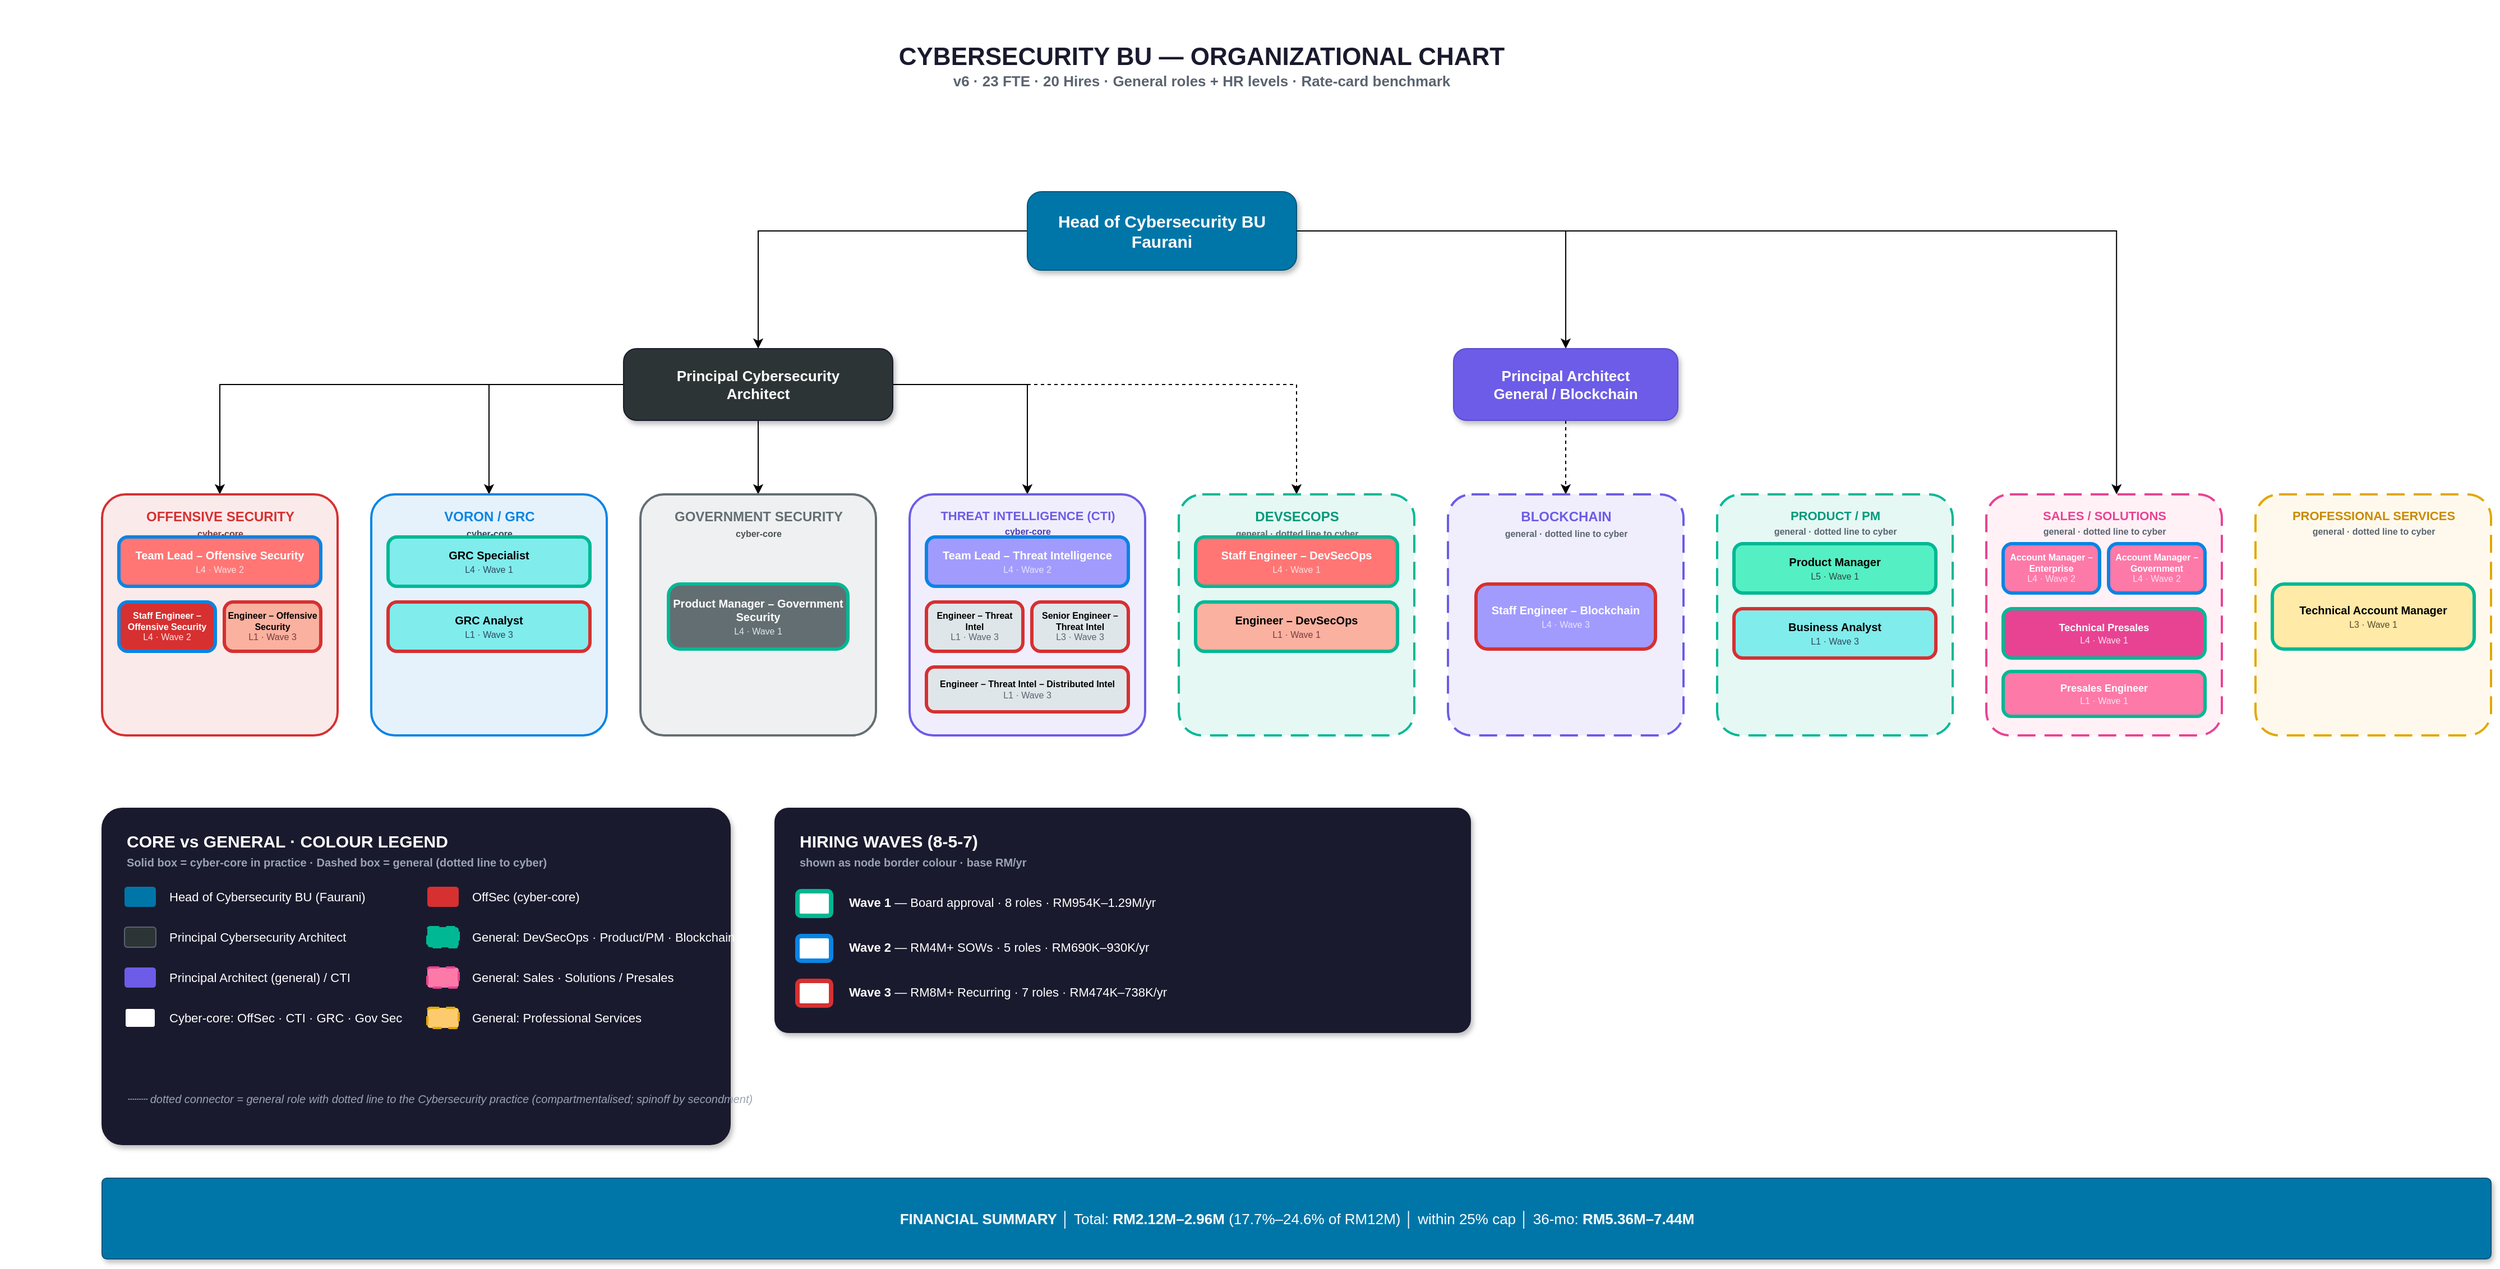
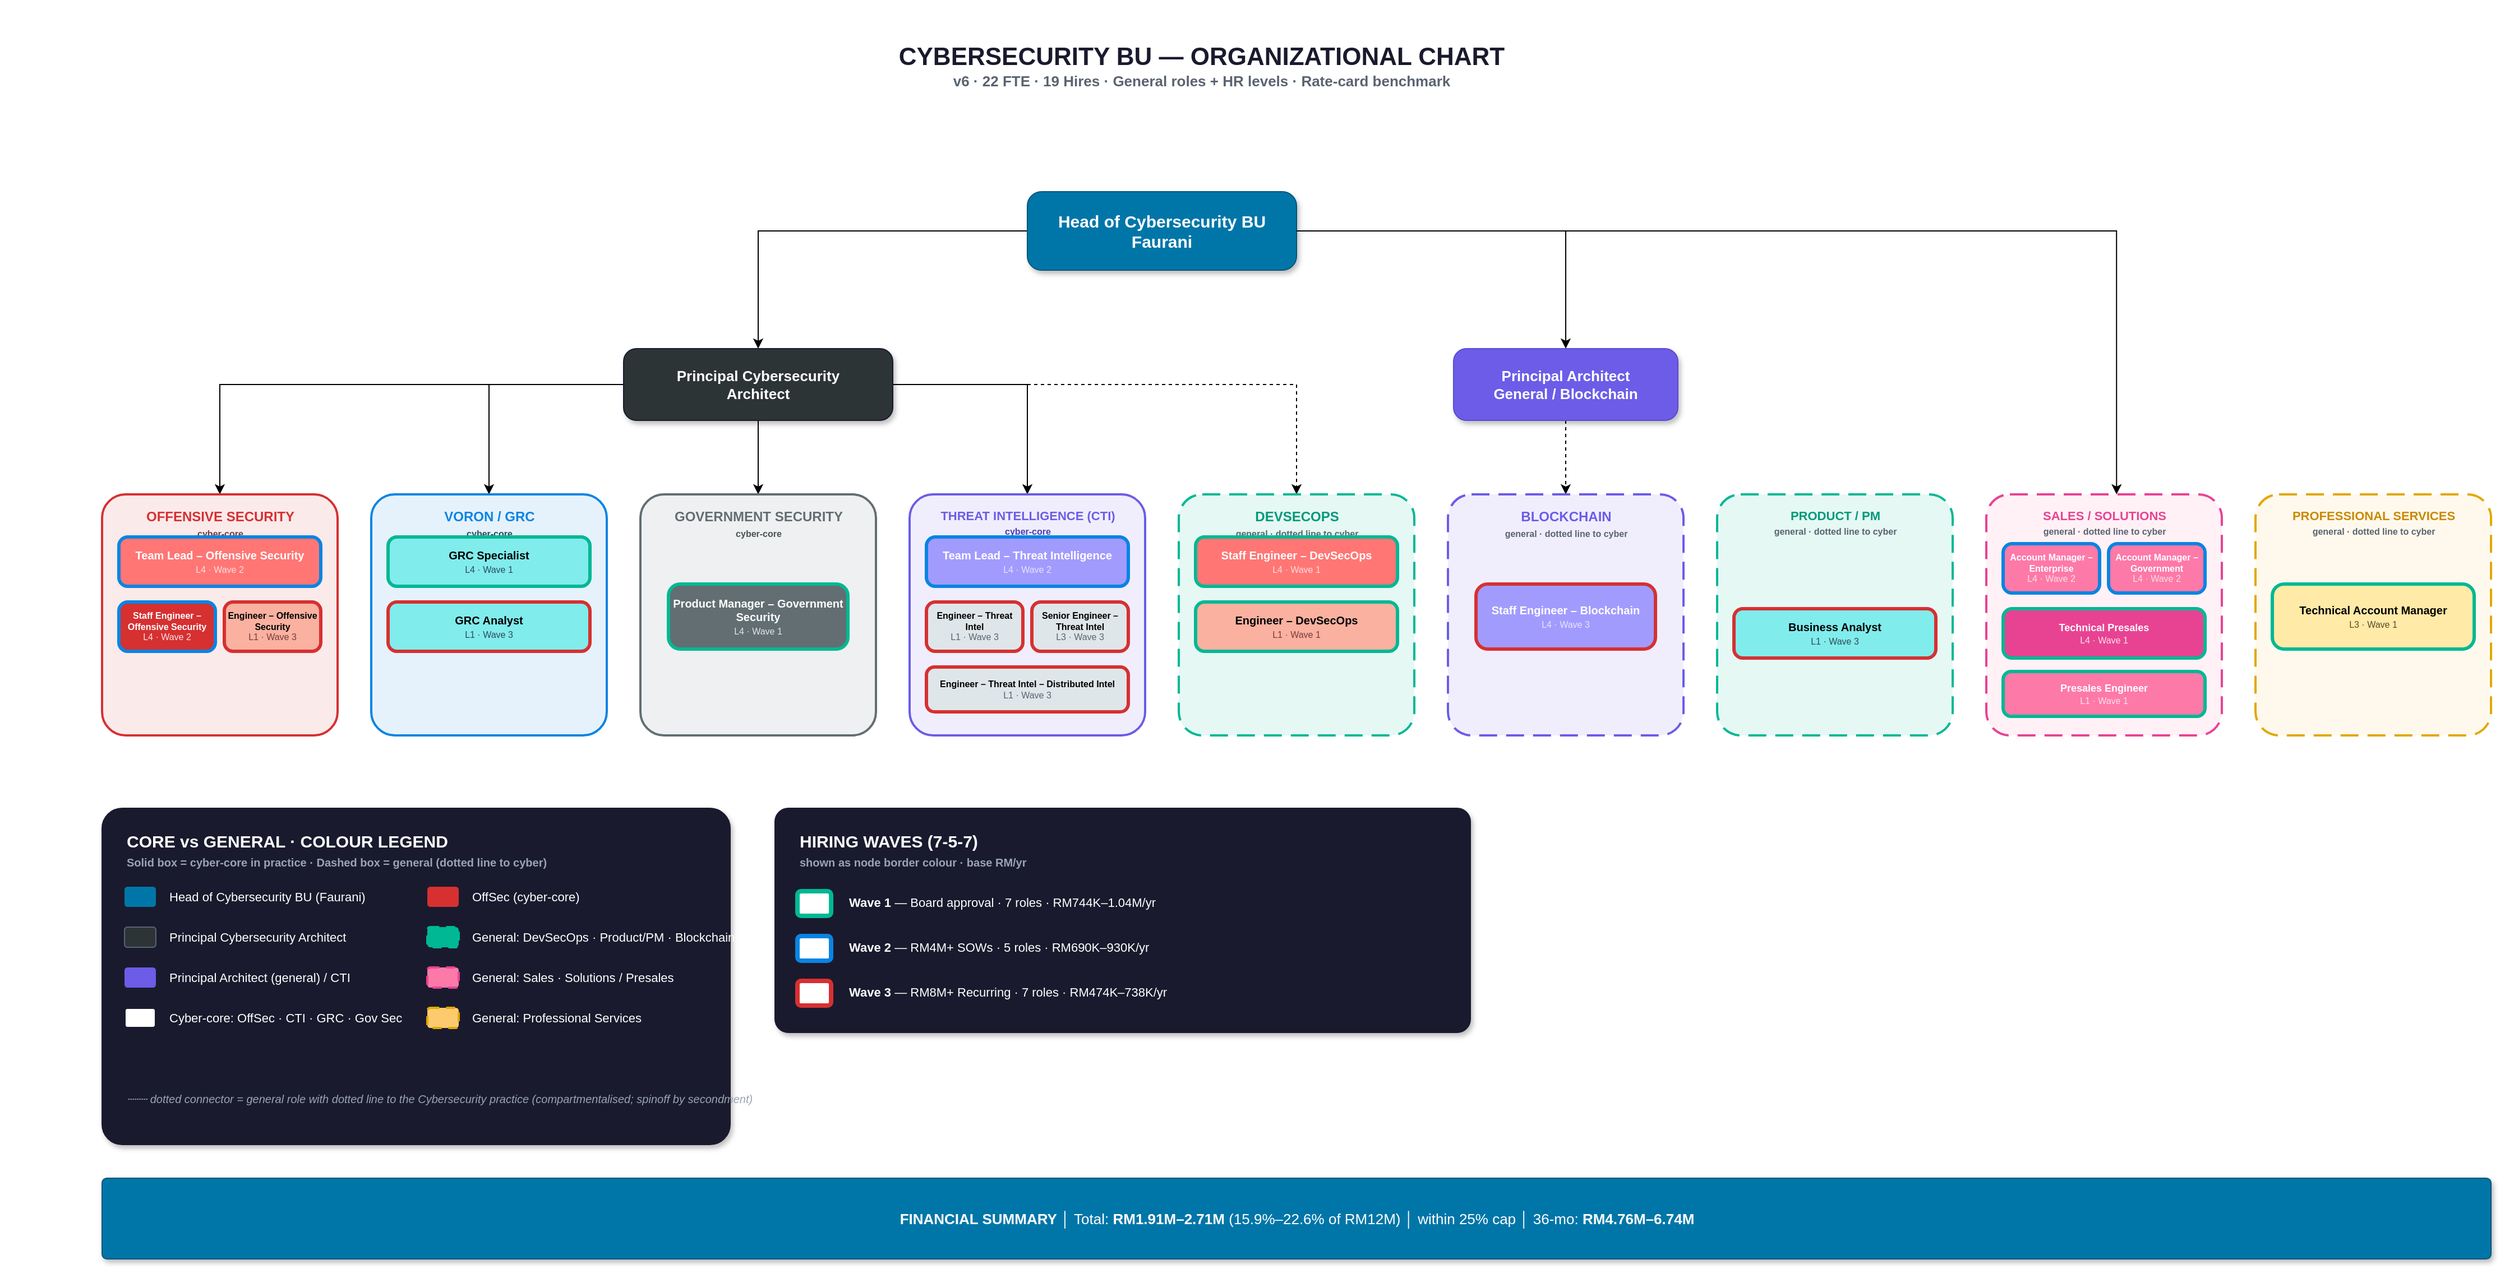
<mxfile host="app.diagrams.net" agent="5.0">
  <diagram id="CySec-BU-OrgChart" name="CySec BU Structure">
    <mxGraphModel dx="99905" dy="56303" grid="1" gridSize="10" guides="1" tooltips="1" connect="1" arrows="1" fold="1" page="1" pageScale="1" pageWidth="2350" pageHeight="1180" math="0" shadow="0">
      <root>
        <mxCell id="0" />
        <mxCell id="1" parent="0" />
-         <mxCell id="title" parent="1" style="text;html=1;align=center;verticalAlign=middle;resizable=0;points=[];strokeColor=none;fillColor=none;fontSize=14;fontStyle=1;fontColor=#1a1a2e;" value="&lt;b style=&quot;font-size:22px;&quot;&gt;CYBERSECURITY BU — ORGANIZATIONAL CHART&lt;/b&gt;&lt;br&gt;&lt;font style=&quot;font-size:13px;color:#5a6470;&quot;&gt;v6  ·  23 FTE  ·  20 Hires  ·  General roles + HR levels  ·  Rate-card benchmark&lt;/font&gt;" vertex="1">
+         <mxCell id="title" parent="1" style="text;html=1;align=center;verticalAlign=middle;resizable=0;points=[];strokeColor=none;fillColor=none;fontSize=14;fontStyle=1;fontColor=#1a1a2e;" value="&lt;b style=&quot;font-size:22px;&quot;&gt;CYBERSECURITY BU — ORGANIZATIONAL CHART&lt;/b&gt;&lt;br&gt;&lt;font style=&quot;font-size:13px;color:#5a6470;&quot;&gt;v6  ·  22 FTE  ·  19 Hires  ·  General roles + HR levels  ·  Rate-card benchmark&lt;/font&gt;" vertex="1">
          <mxGeometry height="56" width="720" x="700" y="20" as="geometry" />
        </mxCell>
        <mxCell id="Z_cIRzkNHb6JCueCwrIl-6" edge="1" parent="1" source="bu_head" style="edgeStyle=orthogonalEdgeStyle;rounded=0;orthogonalLoop=1;jettySize=auto;html=1;" target="prin_cyber">
          <mxGeometry relative="1" as="geometry" />
        </mxCell>
        <mxCell id="Z_cIRzkNHb6JCueCwrIl-7" edge="1" parent="1" source="bu_head" style="edgeStyle=orthogonalEdgeStyle;rounded=0;orthogonalLoop=1;jettySize=auto;html=1;entryX=0.5;entryY=0;entryDx=0;entryDy=0;" target="prin_blockchain">
          <mxGeometry relative="1" as="geometry" />
        </mxCell>
        <mxCell id="bu_head" parent="1" style="rounded=1;whiteSpace=wrap;html=1;fillColor=#0076a8;fontColor=#ffffff;strokeColor=#00557a;fontSize=15;fontStyle=1;arcSize=18;shadow=1;" value="&lt;b&gt;Head of Cybersecurity BU&lt;/b&gt;&lt;br&gt;Faurani" vertex="1">
          <mxGeometry height="70" width="240" x="905" y="160" as="geometry" />
        </mxCell>
        <mxCell id="Z_cIRzkNHb6JCueCwrIl-3" edge="1" parent="1" source="prin_cyber" style="edgeStyle=orthogonalEdgeStyle;rounded=0;orthogonalLoop=1;jettySize=auto;html=1;exitX=0.5;exitY=1;exitDx=0;exitDy=0;entryX=0.5;entryY=0;entryDx=0;entryDy=0;" target="govsec_box">
          <mxGeometry relative="1" as="geometry" />
        </mxCell>
        <mxCell id="Z_cIRzkNHb6JCueCwrIl-4" edge="1" parent="1" source="prin_cyber" style="edgeStyle=orthogonalEdgeStyle;rounded=0;orthogonalLoop=1;jettySize=auto;html=1;entryX=0.5;entryY=0;entryDx=0;entryDy=0;dashed=1;" target="devsecops_box">
          <mxGeometry relative="1" as="geometry" />
        </mxCell>
        <mxCell id="Z_cIRzkNHb6JCueCwrIl-8" edge="1" parent="1" source="prin_cyber" style="edgeStyle=orthogonalEdgeStyle;rounded=0;orthogonalLoop=1;jettySize=auto;html=1;entryX=0.5;entryY=0;entryDx=0;entryDy=0;" target="cti_box">
          <mxGeometry relative="1" as="geometry" />
        </mxCell>
        <mxCell id="Z_cIRzkNHb6JCueCwrIl-9" edge="1" parent="1" source="prin_cyber" style="edgeStyle=orthogonalEdgeStyle;rounded=0;orthogonalLoop=1;jettySize=auto;html=1;entryX=0.5;entryY=0;entryDx=0;entryDy=0;" target="offsec_box">
          <mxGeometry relative="1" as="geometry" />
        </mxCell>
        <mxCell id="Z_cIRzkNHb6JCueCwrIl-10" edge="1" parent="1" source="prin_cyber" style="edgeStyle=orthogonalEdgeStyle;rounded=0;orthogonalLoop=1;jettySize=auto;html=1;entryX=0.5;entryY=0;entryDx=0;entryDy=0;" target="voron_box">
          <mxGeometry relative="1" as="geometry" />
        </mxCell>
        <mxCell id="prin_cyber" parent="1" style="rounded=1;whiteSpace=wrap;html=1;fillColor=#2d3436;fontColor=#ffffff;strokeColor=#1a1a2e;fontSize=13;fontStyle=1;arcSize=18;shadow=1;" value="&lt;b&gt;Principal Cybersecurity&lt;/b&gt;&lt;br&gt;Architect" vertex="1">
          <mxGeometry height="64" width="240" x="545" y="300" as="geometry" />
        </mxCell>
        <mxCell id="Z_cIRzkNHb6JCueCwrIl-11" edge="1" parent="1" source="prin_blockchain" style="edgeStyle=orthogonalEdgeStyle;rounded=0;orthogonalLoop=1;jettySize=auto;html=1;entryX=0.5;entryY=0;entryDx=0;entryDy=0;dashed=1;" target="blockchain_box">
          <mxGeometry relative="1" as="geometry" />
        </mxCell>
        <mxCell id="prin_blockchain" parent="1" style="rounded=1;whiteSpace=wrap;html=1;fillColor=#6c5ce7;fontColor=#ffffff;strokeColor=#5a4bd1;fontSize=13;fontStyle=1;arcSize=18;shadow=1;" value="&lt;b&gt;Principal Architect&lt;/b&gt;&lt;br&gt;General / Blockchain" vertex="1">
          <mxGeometry height="64" width="200" x="1285" y="300" as="geometry" />
        </mxCell>
        <mxCell id="line_bu_prin1" edge="1" parent="1" source="bu_head" style="edgeStyle=orthogonalEdgeStyle;rounded=1;html=1;exitX=0.5;exitY=1;entryX=0.5;entryY=0;strokeColor=#0076a8;strokeWidth=2.5;endArrow=block;endFill=1;endSize=8;" target="prin_cyber" />
        <mxCell id="line_bu_prin2" edge="1" parent="1" source="bu_head" style="edgeStyle=orthogonalEdgeStyle;rounded=1;html=1;exitX=0.5;exitY=1;entryX=0.5;entryY=0;strokeColor=#0076a8;strokeWidth=2.5;endArrow=block;endFill=1;endSize=8;" target="prin_blockchain" />
        <mxCell id="offsec_box" parent="1" style="rounded=1;whiteSpace=wrap;html=1;fillColor=#d63031;fillOpacity=10;strokeColor=#d63031;strokeWidth=2;arcSize=10;" value="" vertex="1">
          <mxGeometry height="215" width="210" x="80" y="430" as="geometry" />
        </mxCell>
        <mxCell id="offsec_label" parent="1" style="text;html=1;align=center;verticalAlign=top;resizable=0;points=[];strokeColor=none;fillColor=none;fontSize=12;fontStyle=1;fontColor=#d63031;" value="&lt;b&gt;OFFENSIVE SECURITY&lt;/b&gt;&lt;br&gt;&lt;font style=&quot;font-size:8px;color:#7a3b3b;&quot;&gt;cyber-core&lt;/font&gt;" vertex="1">
          <mxGeometry height="28" width="190" x="90" y="436" as="geometry" />
        </mxCell>
        <mxCell id="lead_researcher" parent="1" style="rounded=1;whiteSpace=wrap;html=1;fillColor=#ff7675;fontColor=#ffffff;strokeColor=#0984e3;strokeWidth=3;fontSize=10;arcSize=18;" value="&lt;b&gt;Team Lead – Offensive Security&lt;/b&gt;&lt;br&gt;&lt;font style=&quot;font-size:8px;color:#fde0e0;&quot;&gt;L4 · Wave 2&lt;/font&gt;" vertex="1">
          <mxGeometry height="44" width="180" x="95" y="468" as="geometry" />
        </mxCell>
        <mxCell id="red_team" parent="1" style="rounded=1;whiteSpace=wrap;html=1;fillColor=#d63031;fontColor=#ffffff;strokeColor=#0984e3;strokeWidth=3;fontSize=8;arcSize=18;" value="&lt;b&gt;Staff Engineer – Offensive Security&lt;/b&gt;&lt;br&gt;&lt;font style=&quot;font-size:8px;color:#fde0e0;&quot;&gt;L4 · Wave 2&lt;/font&gt;" vertex="1">
          <mxGeometry height="44" width="86" x="95" y="526" as="geometry" />
        </mxCell>
        <mxCell id="jr_researcher" parent="1" style="rounded=1;whiteSpace=wrap;html=1;fillColor=#fab1a0;fontColor=#000000;strokeColor=#d63031;strokeWidth=3;fontSize=8;arcSize=18;" value="&lt;b&gt;Engineer – Offensive Security&lt;/b&gt;&lt;br&gt;&lt;font style=&quot;font-size:8px;color:#7a3b3b;&quot;&gt;L1 · Wave 3&lt;/font&gt;" vertex="1">
          <mxGeometry height="44" width="86" x="189" y="526" as="geometry" />
        </mxCell>
        <mxCell id="line_lr_rt" edge="1" parent="1" source="lead_researcher" style="edgeStyle=orthogonalEdgeStyle;rounded=1;html=1;exitX=0.5;exitY=1;entryX=0.5;entryY=0;strokeColor=#d63031;strokeWidth=1.5;endArrow=none;" target="red_team" />
        <mxCell id="line_lr_jr" edge="1" parent="1" source="lead_researcher" style="edgeStyle=orthogonalEdgeStyle;rounded=1;html=1;exitX=0.5;exitY=1;entryX=0.5;entryY=0;strokeColor=#d63031;strokeWidth=1.5;endArrow=none;" target="jr_researcher" />
        <mxCell id="voron_box" parent="1" style="rounded=1;whiteSpace=wrap;html=1;fillColor=#0984e3;fillOpacity=10;strokeColor=#0984e3;strokeWidth=2;arcSize=10;" value="" vertex="1">
          <mxGeometry height="215" width="210" x="320" y="430" as="geometry" />
        </mxCell>
        <mxCell id="voron_label" parent="1" style="text;html=1;align=center;verticalAlign=top;resizable=0;points=[];strokeColor=none;fillColor=none;fontSize=12;fontStyle=1;fontColor=#0984e3;" value="&lt;b&gt;VORON / GRC&lt;/b&gt;&lt;br&gt;&lt;font style=&quot;font-size:8px;color:#2c4a5a;&quot;&gt;cyber-core&lt;/font&gt;" vertex="1">
          <mxGeometry height="28" width="190" x="330" y="436" as="geometry" />
        </mxCell>
        <mxCell id="sr_consult" parent="1" style="rounded=1;whiteSpace=wrap;html=1;fillColor=#81ecec;fontColor=#000000;strokeColor=#00b894;strokeWidth=3;fontSize=10;arcSize=18;" value="&lt;b&gt;GRC Specialist&lt;/b&gt;&lt;br&gt;&lt;font style=&quot;font-size:8px;color:#2c4a5a;&quot;&gt;L4 · Wave 1&lt;/font&gt;" vertex="1">
          <mxGeometry height="44" width="180" x="335" y="468" as="geometry" />
        </mxCell>
        <mxCell id="jr_consult" parent="1" style="rounded=1;whiteSpace=wrap;html=1;fillColor=#81ecec;fontColor=#000000;strokeColor=#d63031;strokeWidth=3;fontSize=10;arcSize=18;" value="&lt;b&gt;GRC Analyst&lt;/b&gt;&lt;br&gt;&lt;font style=&quot;font-size:8px;color:#2c4a5a;&quot;&gt;L1 · Wave 3&lt;/font&gt;" vertex="1">
          <mxGeometry height="44" width="180" x="335" y="526" as="geometry" />
        </mxCell>
        <mxCell id="line_src_jrc" edge="1" parent="1" source="sr_consult" style="edgeStyle=orthogonalEdgeStyle;rounded=1;html=1;exitX=0.5;exitY=1;entryX=0.5;entryY=0;strokeColor=#0984e3;strokeWidth=1.5;endArrow=none;" target="jr_consult" />
        <mxCell id="govsec_box" parent="1" style="rounded=1;whiteSpace=wrap;html=1;fillColor=#636e72;fillOpacity=10;strokeColor=#636e72;strokeWidth=2;arcSize=10;" value="" vertex="1">
          <mxGeometry height="215" width="210" x="560" y="430" as="geometry" />
        </mxCell>
        <mxCell id="govsec_label" parent="1" style="text;html=1;align=center;verticalAlign=top;resizable=0;points=[];strokeColor=none;fillColor=none;fontSize=12;fontStyle=1;fontColor=#636e72;" value="&lt;b&gt;GOVERNMENT SECURITY&lt;/b&gt;&lt;br&gt;&lt;font style=&quot;font-size:8px;color:#4a5256;&quot;&gt;cyber-core&lt;/font&gt;" vertex="1">
          <mxGeometry height="28" width="190" x="570" y="436" as="geometry" />
        </mxCell>
        <mxCell id="govsec_pm" parent="1" style="rounded=1;whiteSpace=wrap;html=1;fillColor=#636e72;fontColor=#ffffff;strokeColor=#00b894;strokeWidth=3;fontSize=10;arcSize=18;" value="&lt;b&gt;Product Manager – Government Security&lt;/b&gt;&lt;br&gt;&lt;font style=&quot;font-size:8px;color:#dfe6e9;&quot;&gt;L4 · Wave 1&lt;/font&gt;" vertex="1">
          <mxGeometry height="58" width="160" x="585" y="510" as="geometry" />
        </mxCell>
        <mxCell id="cti_box" parent="1" style="rounded=1;whiteSpace=wrap;html=1;fillColor=#6c5ce7;fillOpacity=10;strokeColor=#6c5ce7;strokeWidth=2;arcSize=10;" value="" vertex="1">
          <mxGeometry height="215" width="210" x="800" y="430" as="geometry" />
        </mxCell>
        <mxCell id="cti_label" parent="1" style="text;html=1;align=center;verticalAlign=top;resizable=0;points=[];strokeColor=none;fillColor=none;fontSize=11;fontStyle=1;fontColor=#6c5ce7;" value="&lt;b&gt;THREAT INTELLIGENCE (CTI)&lt;/b&gt;&lt;br&gt;&lt;font style=&quot;font-size:8px;color:#4a3fb0;&quot;&gt;cyber-core&lt;/font&gt;" vertex="1">
          <mxGeometry height="28" width="200" x="805" y="436" as="geometry" />
        </mxCell>
        <mxCell id="cti_lead" parent="1" style="rounded=1;whiteSpace=wrap;html=1;fillColor=#a29bfe;fontColor=#ffffff;strokeColor=#0984e3;strokeWidth=3;fontSize=10;arcSize=18;" value="&lt;b&gt;Team Lead – Threat Intelligence&lt;/b&gt;&lt;br&gt;&lt;font style=&quot;font-size:8px;color:#e8e4ff;&quot;&gt;L4 · Wave 2&lt;/font&gt;" vertex="1">
          <mxGeometry height="44" width="180" x="815" y="468" as="geometry" />
        </mxCell>
        <mxCell id="cti_analyst" parent="1" style="rounded=1;whiteSpace=wrap;html=1;fillColor=#dfe6e9;fontColor=#000000;strokeColor=#d63031;strokeWidth=3;fontSize=8;arcSize=18;" value="&lt;b&gt;Engineer – Threat Intel&lt;/b&gt;&lt;br&gt;&lt;font style=&quot;font-size:8px;color:#5a6470;&quot;&gt;L1 · Wave 3&lt;/font&gt;" vertex="1">
          <mxGeometry height="44" width="86" x="815" y="526" as="geometry" />
        </mxCell>
        <mxCell id="cti_research" parent="1" style="rounded=1;whiteSpace=wrap;html=1;fillColor=#dfe6e9;fontColor=#000000;strokeColor=#d63031;strokeWidth=3;fontSize=8;arcSize=18;" value="&lt;b&gt;Senior Engineer – Threat Intel&lt;/b&gt;&lt;br&gt;&lt;font style=&quot;font-size:8px;color:#5a6470;&quot;&gt;L3 · Wave 3&lt;/font&gt;" vertex="1">
          <mxGeometry height="44" width="86" x="909" y="526" as="geometry" />
        </mxCell>
        <mxCell id="cti_dist_intel" parent="1" style="rounded=1;whiteSpace=wrap;html=1;fillColor=#dfe6e9;fontColor=#000000;strokeColor=#d63031;strokeWidth=3;fontSize=8;arcSize=18;" value="&lt;b&gt;Engineer – Threat Intel – Distributed Intel&lt;/b&gt;&lt;br&gt;&lt;font style=&quot;font-size:8px;color:#5a6470;&quot;&gt;L1 · Wave 3&lt;/font&gt;" vertex="1">
          <mxGeometry height="40" width="180" x="815" y="584" as="geometry" />
        </mxCell>
        <mxCell id="line_ctil_an" edge="1" parent="1" source="cti_lead" style="edgeStyle=orthogonalEdgeStyle;rounded=1;html=1;exitX=0.5;exitY=1;entryX=0.5;entryY=0;strokeColor=#6c5ce7;strokeWidth=1.5;endArrow=none;" target="cti_analyst" />
        <mxCell id="line_ctil_re" edge="1" parent="1" source="cti_lead" style="edgeStyle=orthogonalEdgeStyle;rounded=1;html=1;exitX=0.5;exitY=1;entryX=0.5;entryY=0;strokeColor=#6c5ce7;strokeWidth=1.5;endArrow=none;" target="cti_research" />
        <mxCell id="line_ctil_di" edge="1" parent="1" source="cti_lead" style="edgeStyle=orthogonalEdgeStyle;rounded=1;html=1;exitX=0.5;exitY=1;entryX=0.25;entryY=0;strokeColor=#6c5ce7;strokeWidth=1.5;endArrow=none;" target="cti_dist_intel" />
        <mxCell id="devsecops_box" parent="1" style="rounded=1;whiteSpace=wrap;html=1;fillColor=#00b894;fillOpacity=10;strokeColor=#00b894;strokeWidth=2;arcSize=10;dashed=1;dashPattern=8 4;" value="" vertex="1">
          <mxGeometry height="215" width="210" x="1040" y="430" as="geometry" />
        </mxCell>
        <mxCell id="devsecops_label" parent="1" style="text;html=1;align=center;verticalAlign=top;resizable=0;points=[];strokeColor=none;fillColor=none;fontSize=12;fontStyle=1;fontColor=#00997a;" value="&lt;b&gt;DEVSECOPS&lt;/b&gt;&lt;br&gt;&lt;font style=&quot;font-size:8px;color:#5a6470;&quot;&gt;general · dotted line to cyber&lt;/font&gt;" vertex="1">
          <mxGeometry height="28" width="190" x="1050" y="436" as="geometry" />
        </mxCell>
        <mxCell id="devsecops_sr" parent="1" style="rounded=1;whiteSpace=wrap;html=1;fillColor=#ff7675;fontColor=#ffffff;strokeColor=#00b894;strokeWidth=3;fontSize=10;arcSize=18;" value="&lt;b&gt;Staff Engineer – DevSecOps&lt;/b&gt;&lt;br&gt;&lt;font style=&quot;font-size:8px;color:#fde0e0;&quot;&gt;L4 · Wave 1&lt;/font&gt;" vertex="1">
          <mxGeometry height="44" width="180" x="1055" y="468" as="geometry" />
        </mxCell>
        <mxCell id="devsecops_jr" parent="1" style="rounded=1;whiteSpace=wrap;html=1;fillColor=#fab1a0;fontColor=#000000;strokeColor=#00b894;strokeWidth=3;fontSize=10;arcSize=18;" value="&lt;b&gt;Engineer – DevSecOps&lt;/b&gt;&lt;br&gt;&lt;font style=&quot;font-size:8px;color:#7a3b3b;&quot;&gt;L1 · Wave 1&lt;/font&gt;" vertex="1">
          <mxGeometry height="44" width="180" x="1055" y="526" as="geometry" />
        </mxCell>
        <mxCell id="line_dso_sr_jr" edge="1" parent="1" source="devsecops_sr" style="edgeStyle=orthogonalEdgeStyle;rounded=1;html=1;exitX=0.5;exitY=1;entryX=0.5;entryY=0;strokeColor=#00b894;strokeWidth=1.5;endArrow=none;" target="devsecops_jr" />
        <mxCell id="blockchain_box" parent="1" style="rounded=1;whiteSpace=wrap;html=1;fillColor=#6c5ce7;fillOpacity=10;strokeColor=#6c5ce7;strokeWidth=2;arcSize=10;dashed=1;dashPattern=8 4;" value="" vertex="1">
          <mxGeometry height="215" width="210" x="1280" y="430" as="geometry" />
        </mxCell>
        <mxCell id="blockchain_label" parent="1" style="text;html=1;align=center;verticalAlign=top;resizable=0;points=[];strokeColor=none;fillColor=none;fontSize=12;fontStyle=1;fontColor=#6c5ce7;" value="&lt;b&gt;BLOCKCHAIN&lt;/b&gt;&lt;br&gt;&lt;font style=&quot;font-size:8px;color:#5a6470;&quot;&gt;general · dotted line to cyber&lt;/font&gt;" vertex="1">
          <mxGeometry height="28" width="190" x="1290" y="436" as="geometry" />
        </mxCell>
        <mxCell id="sr_dev" parent="1" style="rounded=1;whiteSpace=wrap;html=1;fillColor=#a29bfe;fontColor=#ffffff;strokeColor=#d63031;strokeWidth=3;fontSize=10;arcSize=18;" value="&lt;b&gt;Staff Engineer – Blockchain&lt;/b&gt;&lt;br&gt;&lt;font style=&quot;font-size:8px;color:#e8e4ff;&quot;&gt;L4 · Wave 3&lt;/font&gt;" vertex="1">
          <mxGeometry height="58" width="160" x="1305" y="510" as="geometry" />
        </mxCell>
        <mxCell id="pm_team_box" parent="1" style="rounded=1;whiteSpace=wrap;html=1;fillColor=#00b894;fillOpacity=10;strokeColor=#00b894;strokeWidth=2;arcSize=10;dashed=1;dashPattern=8 4;" value="" vertex="1">
          <mxGeometry height="215" width="210" x="1520" y="430" as="geometry" />
        </mxCell>
        <mxCell id="pm_team_label" parent="1" style="text;html=1;align=center;verticalAlign=top;resizable=0;points=[];strokeColor=none;fillColor=none;fontSize=11;fontStyle=1;fontColor=#00997a;" value="&lt;b&gt;PRODUCT / PM&lt;/b&gt;&lt;br&gt;&lt;font style=&quot;font-size:8px;color:#5a6470;&quot;&gt;general · dotted line to cyber&lt;/font&gt;" vertex="1">
          <mxGeometry height="28" width="200" x="1525" y="436" as="geometry" />
        </mxCell>
-         <mxCell id="product_manager" parent="1" style="rounded=1;whiteSpace=wrap;html=1;fillColor=#55efc4;fontColor=#000000;strokeColor=#00b894;strokeWidth=3;fontSize=10;arcSize=18;" value="&lt;b&gt;Product Manager&lt;/b&gt;&lt;br&gt;&lt;font style=&quot;font-size:8px;color:#2c4a3a;&quot;&gt;L5 · Wave 1&lt;/font&gt;" vertex="1">
-           <mxGeometry height="44" width="180" x="1535" y="474" as="geometry" />
-         </mxCell>
        <mxCell id="ba" parent="1" style="rounded=1;whiteSpace=wrap;html=1;fillColor=#81ecec;fontColor=#000000;strokeColor=#d63031;strokeWidth=3;fontSize=10;arcSize=18;" value="&lt;b&gt;Business Analyst&lt;/b&gt;&lt;br&gt;&lt;font style=&quot;font-size:8px;color:#2c4a5a;&quot;&gt;L1 · Wave 3&lt;/font&gt;" vertex="1">
          <mxGeometry height="44" width="180" x="1535" y="532" as="geometry" />
        </mxCell>
-         <mxCell id="line_pm_ba" edge="1" parent="1" source="product_manager" style="edgeStyle=orthogonalEdgeStyle;rounded=1;html=1;exitX=0.5;exitY=1;entryX=0.5;entryY=0;strokeColor=#00b894;strokeWidth=1.5;endArrow=none;" target="ba" />
        <mxCell id="sales_box" parent="1" style="rounded=1;whiteSpace=wrap;html=1;fillColor=#fd79a8;fillOpacity=10;strokeColor=#e84393;strokeWidth=2;arcSize=10;dashed=1;dashPattern=8 4;" value="" vertex="1">
          <mxGeometry height="215" width="210" x="1760" y="430" as="geometry" />
        </mxCell>
        <mxCell id="sales_label" parent="1" style="text;html=1;align=center;verticalAlign=top;resizable=0;points=[];strokeColor=none;fillColor=none;fontSize=11;fontStyle=1;fontColor=#e84393;" value="&lt;b&gt;SALES / SOLUTIONS&lt;/b&gt;&lt;br&gt;&lt;font style=&quot;font-size:8px;color:#5a6470;&quot;&gt;general · dotted line to cyber&lt;/font&gt;" vertex="1">
          <mxGeometry height="28" width="200" x="1765" y="436" as="geometry" />
        </mxCell>
        <mxCell id="sales_spec1" parent="1" style="rounded=1;whiteSpace=wrap;html=1;fillColor=#fd79a8;fontColor=#ffffff;strokeColor=#0984e3;strokeWidth=3;fontSize=8;arcSize=18;" value="&lt;b&gt;Account Manager – Enterprise&lt;/b&gt;&lt;br&gt;&lt;font style=&quot;font-size:8px;color:#fde0ec;&quot;&gt;L4 · Wave 2&lt;/font&gt;" vertex="1">
          <mxGeometry height="44" width="86" x="1775" y="474" as="geometry" />
        </mxCell>
        <mxCell id="sales_spec2" parent="1" style="rounded=1;whiteSpace=wrap;html=1;fillColor=#fd79a8;fontColor=#ffffff;strokeColor=#0984e3;strokeWidth=3;fontSize=8;arcSize=18;" value="&lt;b&gt;Account Manager – Government&lt;/b&gt;&lt;br&gt;&lt;font style=&quot;font-size:8px;color:#fde0ec;&quot;&gt;L4 · Wave 2&lt;/font&gt;" vertex="1">
          <mxGeometry height="44" width="86" x="1869" y="474" as="geometry" />
        </mxCell>
        <mxCell id="presales_consult" parent="1" style="rounded=1;whiteSpace=wrap;html=1;fillColor=#e84393;fontColor=#ffffff;strokeColor=#00b894;strokeWidth=3;fontSize=9;arcSize=18;" value="&lt;b&gt;Technical Presales&lt;/b&gt;&lt;br&gt;&lt;font style=&quot;font-size:8px;color:#fde0ec;&quot;&gt;L4 · Wave 1&lt;/font&gt;" vertex="1">
          <mxGeometry height="44" width="180" x="1775" y="532" as="geometry" />
        </mxCell>
        <mxCell id="jr_presales" parent="1" style="rounded=1;whiteSpace=wrap;html=1;fillColor=#fd79a8;fontColor=#ffffff;strokeColor=#00b894;strokeWidth=3;fontSize=9;arcSize=18;" value="&lt;b&gt;Presales Engineer&lt;/b&gt;&lt;br&gt;&lt;font style=&quot;font-size:8px;color:#fde0ec;&quot;&gt;L1 · Wave 1&lt;/font&gt;" vertex="1">
          <mxGeometry height="40" width="180" x="1775" y="588" as="geometry" />
        </mxCell>
        <mxCell id="line_pc_jrpresales" edge="1" parent="1" source="presales_consult" style="edgeStyle=orthogonalEdgeStyle;rounded=1;html=1;exitX=0.5;exitY=1;entryX=0.5;entryY=0;strokeColor=#e84393;strokeWidth=1.5;endArrow=none;" target="jr_presales" />
        <mxCell id="ps_team_box" parent="1" style="rounded=1;whiteSpace=wrap;html=1;fillColor=#fdcb6e;fillOpacity=12;strokeColor=#e1a800;strokeWidth=2;arcSize=10;dashed=1;dashPattern=8 4;" value="" vertex="1">
          <mxGeometry height="215" width="210" x="2000" y="430" as="geometry" />
        </mxCell>
        <mxCell id="ps_team_label" parent="1" style="text;html=1;align=center;verticalAlign=top;resizable=0;points=[];strokeColor=none;fillColor=none;fontSize=11;fontStyle=1;fontColor=#c98a00;" value="&lt;b&gt;PROFESSIONAL SERVICES&lt;/b&gt;&lt;br&gt;&lt;font style=&quot;font-size:8px;color:#5a6470;&quot;&gt;general · dotted line to cyber&lt;/font&gt;" vertex="1">
          <mxGeometry height="28" width="200" x="2005" y="436" as="geometry" />
        </mxCell>
        <mxCell id="sr_ps" parent="1" style="rounded=1;whiteSpace=wrap;html=1;fillColor=#ffeaa7;fontColor=#000000;strokeColor=#00b894;strokeWidth=3;fontSize=10;arcSize=18;" value="&lt;b&gt;Technical Account Manager&lt;/b&gt;&lt;br&gt;&lt;font style=&quot;font-size:8px;color:#5a4a2a;&quot;&gt;L3 · Wave 1&lt;/font&gt;" vertex="1">
          <mxGeometry height="58" width="180" x="2015" y="510" as="geometry" />
        </mxCell>
        <mxCell id="line_pc_offsec" edge="1" parent="1" source="prin_cyber" style="edgeStyle=orthogonalEdgeStyle;rounded=1;html=1;exitX=0.5;exitY=1;entryX=0.5;entryY=0;strokeColor=#2d3436;strokeWidth=2;endArrow=block;endFill=1;endSize=7;" target="offsec_box" />
        <mxCell id="line_pc_voron" edge="1" parent="1" source="prin_cyber" style="edgeStyle=orthogonalEdgeStyle;rounded=1;html=1;exitX=0.5;exitY=1;entryX=0.5;entryY=0;strokeColor=#2d3436;strokeWidth=2;endArrow=block;endFill=1;endSize=7;" target="voron_box" />
        <mxCell id="line_pc_govsec" edge="1" parent="1" source="prin_cyber" style="edgeStyle=orthogonalEdgeStyle;rounded=1;html=1;exitX=0.5;exitY=1;entryX=0.5;entryY=0;strokeColor=#2d3436;strokeWidth=2;endArrow=block;endFill=1;endSize=7;" target="govsec_box" />
        <mxCell id="line_pc_cti" edge="1" parent="1" source="prin_cyber" style="edgeStyle=orthogonalEdgeStyle;rounded=1;html=1;exitX=0.5;exitY=1;entryX=0.5;entryY=0;strokeColor=#2d3436;strokeWidth=2;endArrow=block;endFill=1;endSize=7;" target="cti_box" />
        <mxCell id="line_pc_devsecops" edge="1" parent="1" source="prin_cyber" style="edgeStyle=orthogonalEdgeStyle;rounded=1;html=1;exitX=0.5;exitY=1;entryX=0.5;entryY=0;strokeColor=#00997a;strokeWidth=2;dashed=1;dashPattern=6 4;endArrow=open;endSize=8;" target="devsecops_box" />
        <mxCell id="line_pb_bc" edge="1" parent="1" source="prin_blockchain" style="edgeStyle=orthogonalEdgeStyle;rounded=1;html=1;exitX=0.5;exitY=1;entryX=0.5;entryY=0;strokeColor=#6c5ce7;strokeWidth=2;dashed=1;dashPattern=6 4;endArrow=open;endSize=8;" target="blockchain_box" />
        <mxCell id="line_bu_pm" edge="1" parent="1" source="bu_head" style="edgeStyle=orthogonalEdgeStyle;rounded=1;html=1;exitX=1;exitY=0.35;entryX=0.5;entryY=0;strokeColor=#0076a8;strokeWidth=2;dashed=1;dashPattern=6 4;endArrow=open;endSize=8;" target="pm_team_box" />
        <mxCell id="line_bu_sales" edge="1" parent="1" source="bu_head" style="edgeStyle=orthogonalEdgeStyle;rounded=1;html=1;exitX=1;exitY=0.5;entryX=0.5;entryY=0;strokeColor=#0076a8;strokeWidth=2;dashed=1;dashPattern=6 4;endArrow=open;endSize=8;" target="sales_box" />
        <mxCell id="line_bu_ps" edge="1" parent="1" source="bu_head" style="edgeStyle=orthogonalEdgeStyle;rounded=1;html=1;exitX=1;exitY=0.65;entryX=0.5;entryY=0;strokeColor=#0076a8;strokeWidth=2;dashed=1;dashPattern=6 4;endArrow=open;endSize=8;" target="ps_team_box" />
        <mxCell id="legend_box" parent="1" style="rounded=1;whiteSpace=wrap;html=1;fillColor=#1a1a2e;strokeColor=#1a1a2e;arcSize=6;shadow=1;" value="" vertex="1">
          <mxGeometry height="300" width="560" x="80" y="710" as="geometry" />
        </mxCell>
        <mxCell id="legend_title" parent="1" style="text;html=1;align=left;verticalAlign=top;resizable=0;points=[];strokeColor=none;fillColor=none;fontSize=14;fontStyle=1;fontColor=#ffffff;" value="&lt;b style=&quot;color:#ffffff;font-size:15px;&quot;&gt;CORE vs GENERAL · COLOUR LEGEND&lt;/b&gt;&lt;br&gt;&lt;font style=&quot;color:#9aa4b2;font-size:10px;&quot;&gt;Solid box = cyber-core in practice  ·  Dashed box = general (dotted line to cyber)&lt;/font&gt;" vertex="1">
          <mxGeometry height="40" width="520" x="100" y="724" as="geometry" />
        </mxCell>
        <mxCell id="leg1" parent="1" style="rounded=1;whiteSpace=wrap;html=1;fillColor=#0076a8;strokeColor=none;" value="" vertex="1">
          <mxGeometry height="18" width="28" x="100" y="780" as="geometry" />
        </mxCell>
        <mxCell id="leg1_text" parent="1" style="text;html=1;align=left;verticalAlign=middle;resizable=0;points=[];strokeColor=none;fillColor=none;fontSize=11;fontColor=#ffffff;" value="Head of Cybersecurity BU (Faurani)" vertex="1">
          <mxGeometry height="26" width="200" x="138" y="776" as="geometry" />
        </mxCell>
        <mxCell id="leg2" parent="1" style="rounded=1;whiteSpace=wrap;html=1;fillColor=#2d3436;strokeColor=#5a6470;" value="" vertex="1">
          <mxGeometry height="18" width="28" x="100" y="816" as="geometry" />
        </mxCell>
        <mxCell id="leg2_text" parent="1" style="text;html=1;align=left;verticalAlign=middle;resizable=0;points=[];strokeColor=none;fillColor=none;fontSize=11;fontColor=#ffffff;" value="Principal Cybersecurity Architect" vertex="1">
          <mxGeometry height="26" width="220" x="138" y="812" as="geometry" />
        </mxCell>
        <mxCell id="leg3" parent="1" style="rounded=1;whiteSpace=wrap;html=1;fillColor=#6c5ce7;strokeColor=none;" value="" vertex="1">
          <mxGeometry height="18" width="28" x="100" y="852" as="geometry" />
        </mxCell>
        <mxCell id="leg3_text" parent="1" style="text;html=1;align=left;verticalAlign=middle;resizable=0;points=[];strokeColor=none;fillColor=none;fontSize=11;fontColor=#ffffff;" value="Principal Architect (general) / CTI" vertex="1">
          <mxGeometry height="26" width="220" x="138" y="848" as="geometry" />
        </mxCell>
        <mxCell id="leg4" parent="1" style="rounded=1;whiteSpace=wrap;html=1;fillColor=#ffffff;strokeColor=#1a1a2e;strokeWidth=2;" value="" vertex="1">
          <mxGeometry height="18" width="28" x="100" y="888" as="geometry" />
        </mxCell>
        <mxCell id="leg4_text" parent="1" style="text;html=1;align=left;verticalAlign=middle;resizable=0;points=[];strokeColor=none;fillColor=none;fontSize=11;fontColor=#ffffff;" value="Cyber-core: OffSec · CTI · GRC · Gov Sec" vertex="1">
          <mxGeometry height="26" width="240" x="138" y="884" as="geometry" />
        </mxCell>
        <mxCell id="leg5" parent="1" style="rounded=1;whiteSpace=wrap;html=1;fillColor=#d63031;strokeColor=none;" value="" vertex="1">
          <mxGeometry height="18" width="28" x="370" y="780" as="geometry" />
        </mxCell>
        <mxCell id="leg5_text" parent="1" style="text;html=1;align=left;verticalAlign=middle;resizable=0;points=[];strokeColor=none;fillColor=none;fontSize=11;fontColor=#ffffff;" value="OffSec (cyber-core)" vertex="1">
          <mxGeometry height="26" width="220" x="408" y="776" as="geometry" />
        </mxCell>
        <mxCell id="leg6" parent="1" style="rounded=1;whiteSpace=wrap;html=1;fillColor=#00b894;strokeColor=#00b894;strokeWidth=2;dashed=1;dashPattern=4 3;" value="" vertex="1">
          <mxGeometry height="18" width="28" x="370" y="816" as="geometry" />
        </mxCell>
        <mxCell id="leg6_text" parent="1" style="text;html=1;align=left;verticalAlign=middle;resizable=0;points=[];strokeColor=none;fillColor=none;fontSize=11;fontColor=#ffffff;" value="General: DevSecOps · Product/PM · Blockchain" vertex="1">
          <mxGeometry height="26" width="250" x="408" y="812" as="geometry" />
        </mxCell>
        <mxCell id="leg7" parent="1" style="rounded=1;whiteSpace=wrap;html=1;fillColor=#fd79a8;strokeColor=#e84393;strokeWidth=2;dashed=1;dashPattern=4 3;" value="" vertex="1">
          <mxGeometry height="18" width="28" x="370" y="852" as="geometry" />
        </mxCell>
        <mxCell id="leg7_text" parent="1" style="text;html=1;align=left;verticalAlign=middle;resizable=0;points=[];strokeColor=none;fillColor=none;fontSize=11;fontColor=#ffffff;" value="General: Sales · Solutions / Presales" vertex="1">
          <mxGeometry height="26" width="240" x="408" y="848" as="geometry" />
        </mxCell>
        <mxCell id="leg8" parent="1" style="rounded=1;whiteSpace=wrap;html=1;fillColor=#fdcb6e;strokeColor=#e1a800;strokeWidth=2;dashed=1;dashPattern=4 3;" value="" vertex="1">
          <mxGeometry height="18" width="28" x="370" y="888" as="geometry" />
        </mxCell>
        <mxCell id="leg8_text" parent="1" style="text;html=1;align=left;verticalAlign=middle;resizable=0;points=[];strokeColor=none;fillColor=none;fontSize=11;fontColor=#ffffff;" value="General: Professional Services" vertex="1">
          <mxGeometry height="26" width="240" x="408" y="884" as="geometry" />
        </mxCell>
        <mxCell id="matrix_note" parent="1" style="text;html=1;align=left;verticalAlign=middle;resizable=0;points=[];strokeColor=none;fillColor=none;fontSize=10;fontStyle=2;" value="&lt;font color=&quot;#9aa4b2&quot;&gt;┄┄┄  dotted connector = general role with dotted line to the Cybersecurity practice (compartmentalised; spinoff by secondment)&lt;/font&gt;" vertex="1">
          <mxGeometry height="22" width="520" x="100" y="958" as="geometry" />
        </mxCell>
        <mxCell id="wave_box" parent="1" style="rounded=1;whiteSpace=wrap;html=1;fillColor=#1a1a2e;strokeColor=#1a1a2e;arcSize=6;shadow=1;" value="" vertex="1">
          <mxGeometry height="200" width="620" x="680" y="710" as="geometry" />
        </mxCell>
-         <mxCell id="wave_title" parent="1" style="text;html=1;align=left;verticalAlign=top;resizable=0;points=[];strokeColor=none;fillColor=none;fontSize=14;fontStyle=1;fontColor=#ffffff;" value="&lt;b style=&quot;color:#ffffff;font-size:15px;&quot;&gt;HIRING WAVES (8-5-7)&lt;/b&gt;&lt;br&gt;&lt;font style=&quot;color:#9aa4b2;font-size:10px;&quot;&gt;shown as node border colour · base RM/yr&lt;/font&gt;" vertex="1">
+         <mxCell id="wave_title" parent="1" style="text;html=1;align=left;verticalAlign=top;resizable=0;points=[];strokeColor=none;fillColor=none;fontSize=14;fontStyle=1;fontColor=#ffffff;" value="&lt;b style=&quot;color:#ffffff;font-size:15px;&quot;&gt;HIRING WAVES (7-5-7)&lt;/b&gt;&lt;br&gt;&lt;font style=&quot;color:#9aa4b2;font-size:10px;&quot;&gt;shown as node border colour · base RM/yr&lt;/font&gt;" vertex="1">
          <mxGeometry height="40" width="580" x="700" y="724" as="geometry" />
        </mxCell>
        <mxCell id="wave_leg1" parent="1" style="rounded=1;whiteSpace=wrap;html=1;fillColor=#ffffff;strokeColor=#00b894;strokeWidth=4;" value="" vertex="1">
          <mxGeometry height="22" width="30" x="700" y="784" as="geometry" />
        </mxCell>
-         <mxCell id="wave_leg1_text" parent="1" style="text;html=1;align=left;verticalAlign=middle;resizable=0;points=[];strokeColor=none;fillColor=none;fontSize=11;fontColor=#ffffff;" value="&lt;b&gt;Wave 1&lt;/b&gt; — Board approval · 8 roles · RM954K–1.29M/yr" vertex="1">
+         <mxCell id="wave_leg1_text" parent="1" style="text;html=1;align=left;verticalAlign=middle;resizable=0;points=[];strokeColor=none;fillColor=none;fontSize=11;fontColor=#ffffff;" value="&lt;b&gt;Wave 1&lt;/b&gt; — Board approval · 7 roles · RM744K–1.04M/yr" vertex="1">
          <mxGeometry height="28" width="540" x="744" y="780" as="geometry" />
        </mxCell>
        <mxCell id="wave_leg2" parent="1" style="rounded=1;whiteSpace=wrap;html=1;fillColor=#ffffff;strokeColor=#0984e3;strokeWidth=4;" value="" vertex="1">
          <mxGeometry height="22" width="30" x="700" y="824" as="geometry" />
        </mxCell>
        <mxCell id="wave_leg2_text" parent="1" style="text;html=1;align=left;verticalAlign=middle;resizable=0;points=[];strokeColor=none;fillColor=none;fontSize=11;fontColor=#ffffff;" value="&lt;b&gt;Wave 2&lt;/b&gt; — RM4M+ SOWs · 5 roles · RM690K–930K/yr" vertex="1">
          <mxGeometry height="28" width="540" x="744" y="820" as="geometry" />
        </mxCell>
        <mxCell id="wave_leg3" parent="1" style="rounded=1;whiteSpace=wrap;html=1;fillColor=#ffffff;strokeColor=#d63031;strokeWidth=4;" value="" vertex="1">
          <mxGeometry height="22" width="30" x="700" y="864" as="geometry" />
        </mxCell>
        <mxCell id="wave_leg3_text" parent="1" style="text;html=1;align=left;verticalAlign=middle;resizable=0;points=[];strokeColor=none;fillColor=none;fontSize=11;fontColor=#ffffff;" value="&lt;b&gt;Wave 3&lt;/b&gt; — RM8M+ Recurring · 7 roles · RM474K–738K/yr" vertex="1">
          <mxGeometry height="28" width="540" x="744" y="860" as="geometry" />
        </mxCell>
        <mxCell id="fin_box" parent="1" style="rounded=1;whiteSpace=wrap;html=1;fillColor=#0076a8;strokeColor=#00557a;arcSize=6;shadow=1;" value="" vertex="1">
          <mxGeometry height="72" width="2130" x="80" y="1040" as="geometry" />
        </mxCell>
-         <mxCell id="fin_text" parent="1" style="text;html=1;align=center;verticalAlign=middle;resizable=0;points=[];strokeColor=none;fillColor=none;fontSize=12;" value="&lt;font color=&quot;#ffffff&quot; style=&quot;font-size:13px;&quot;&gt;&lt;b&gt;FINANCIAL SUMMARY&lt;/b&gt;   │   Total: &lt;b&gt;RM2.12M–2.96M&lt;/b&gt; (17.7%–24.6% of RM12M)   │   within 25% cap   │   36-mo: &lt;b&gt;RM5.36M–7.44M&lt;/b&gt;&lt;/font&gt;" vertex="1">
+         <mxCell id="fin_text" parent="1" style="text;html=1;align=center;verticalAlign=middle;resizable=0;points=[];strokeColor=none;fillColor=none;fontSize=12;" value="&lt;font color=&quot;#ffffff&quot; style=&quot;font-size:13px;&quot;&gt;&lt;b&gt;FINANCIAL SUMMARY&lt;/b&gt;   │   Total: &lt;b&gt;RM1.91M–2.71M&lt;/b&gt; (15.9%–22.6% of RM12M)   │   within 25% cap   │   36-mo: &lt;b&gt;RM4.76M–6.74M&lt;/b&gt;&lt;/font&gt;" vertex="1">
          <mxGeometry height="48" width="2090" x="100" y="1052" as="geometry" />
        </mxCell>
        <mxCell id="Z_cIRzkNHb6JCueCwrIl-14" edge="1" parent="1" source="bu_head" style="edgeStyle=orthogonalEdgeStyle;rounded=0;orthogonalLoop=1;jettySize=auto;html=1;entryX=0.553;entryY=0;entryDx=0;entryDy=0;entryPerimeter=0;" target="sales_box">
          <mxGeometry relative="1" as="geometry" />
        </mxCell>
      </root>
    </mxGraphModel>
  </diagram>
</mxfile>
